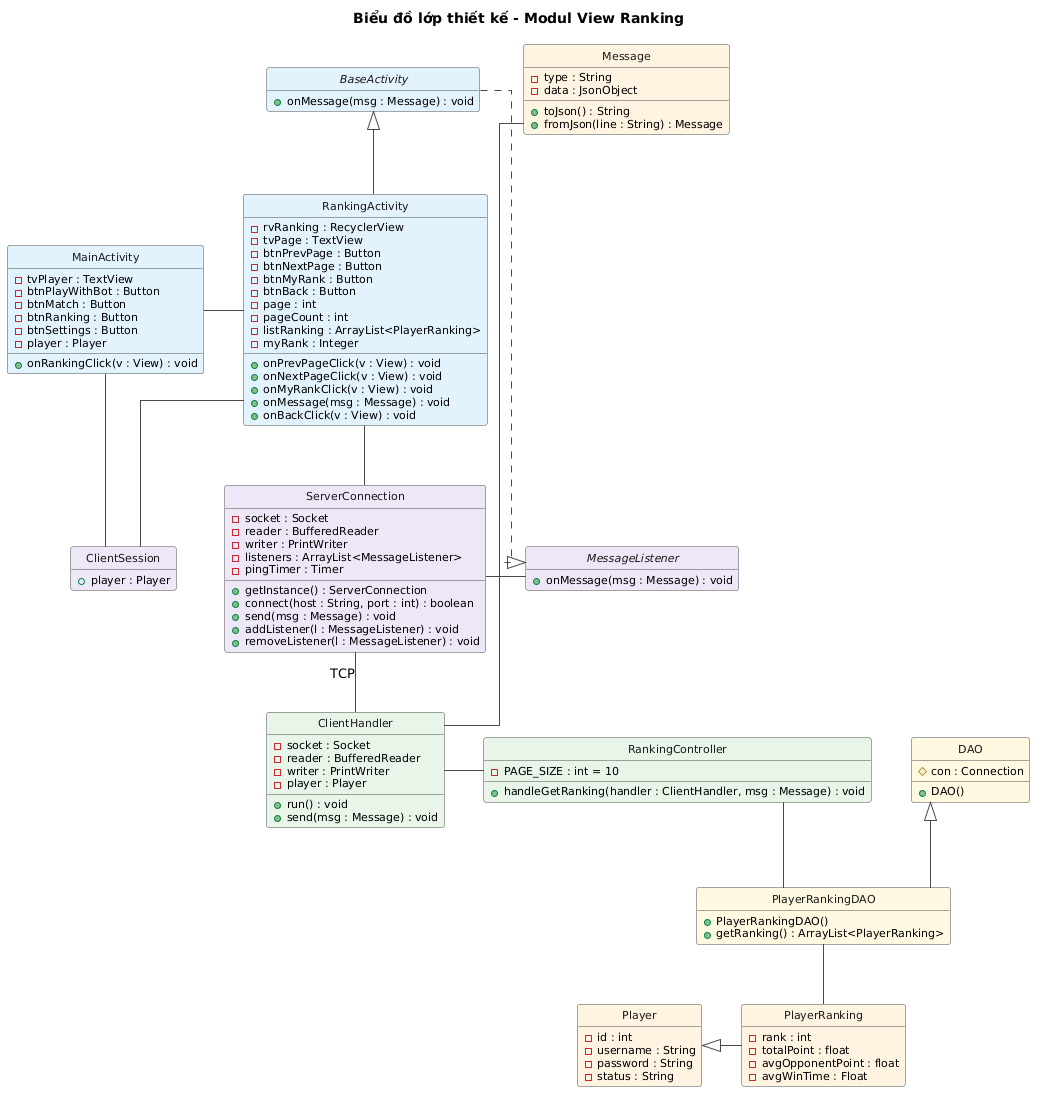
Earlier version of the PlantUML export docs/uml/pha3/class-design-m2.png (VattenL/mobile-pikachu).
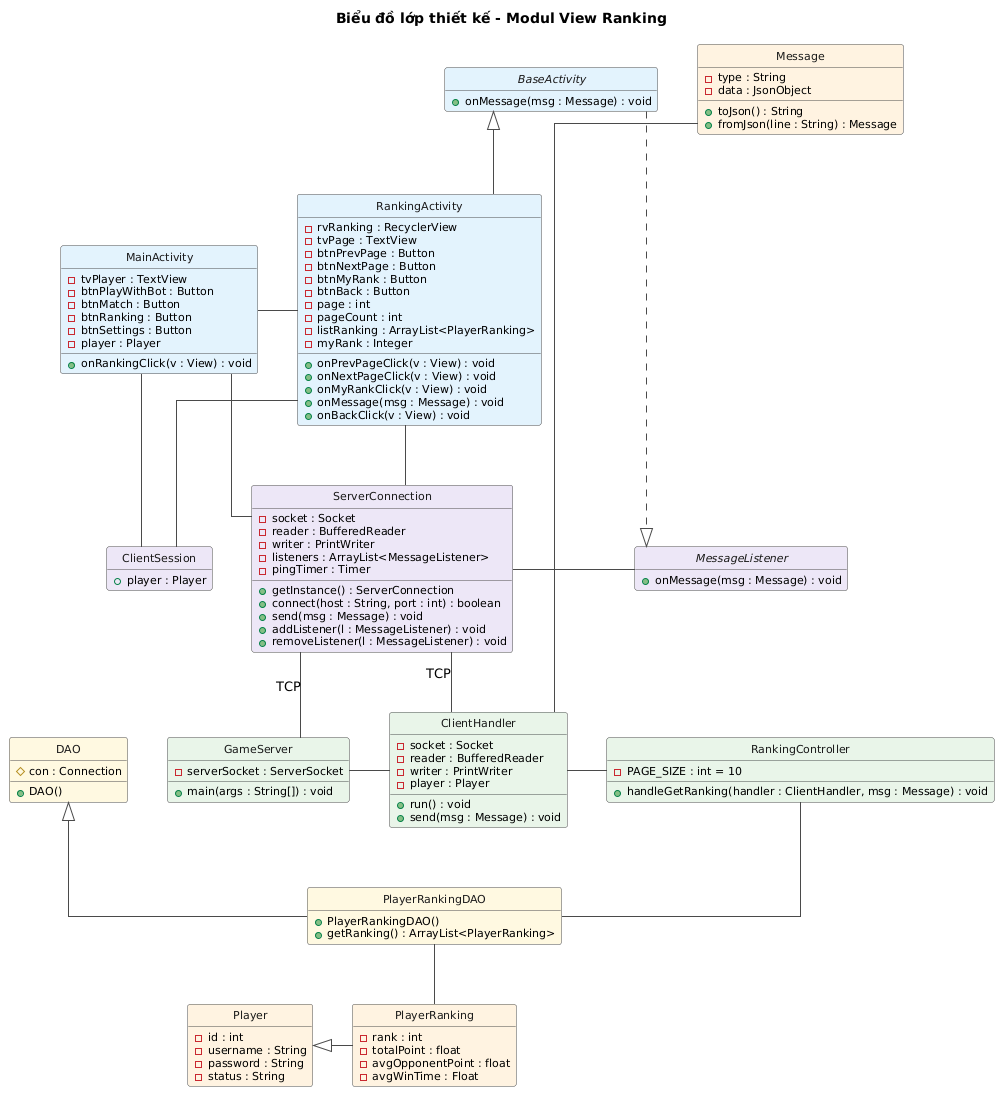
Later version of the same file.

Diff of the diagram source:
```diff
@@ -68,6 +68,11 @@
   + player : Player
 }
 
+class GameServer #E8F5E9 {
+  - serverSocket : ServerSocket
+  + main(args : String[]) : void
+}
+
 class ClientHandler #E8F5E9 {
   - socket : Socket
   - reader : BufferedReader
@@ -118,10 +123,13 @@
 BaseActivity ..|> MessageListener
 
 RankingActivity -down- ServerConnection
+MainActivity -down- ServerConnection
 MainActivity -down- ClientSession
 RankingActivity -down- ClientSession
 ServerConnection -right- MessageListener
 
+ServerConnection -down- GameServer : TCP
+GameServer -right- ClientHandler
 ServerConnection -down- ClientHandler : TCP
 ClientHandler -right- RankingController
 
```
